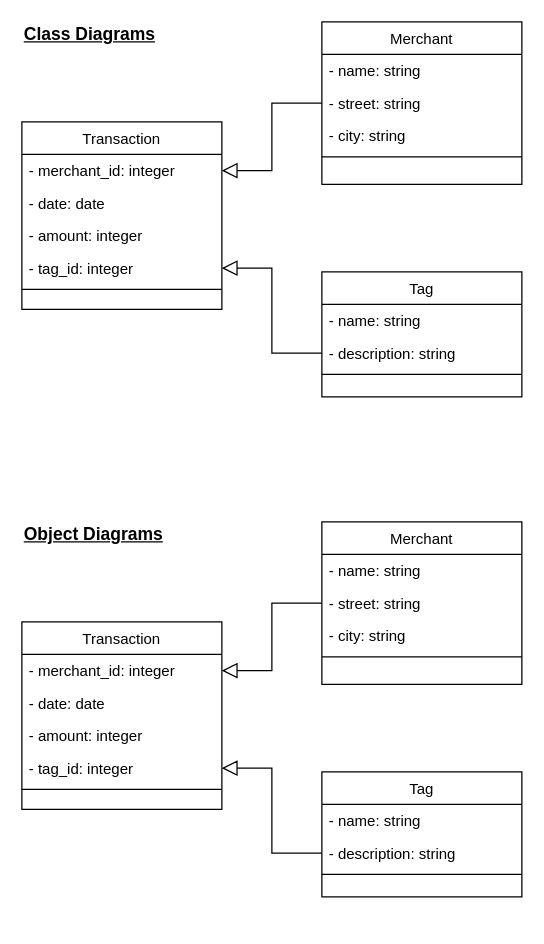
Strd79/pda_screenshots keeps this draw.io diagram as Untitled Diagram.drawio. Above is the earlier version. Source tidied: cells renumbered, new cells numbered last; positions are measured from the earlier drawing's top-left corner, leaving out a move shared by most shapes. Both pictures are drawn from the tidied source at 125%, with x=0, y=0 at pixel (21, 21).
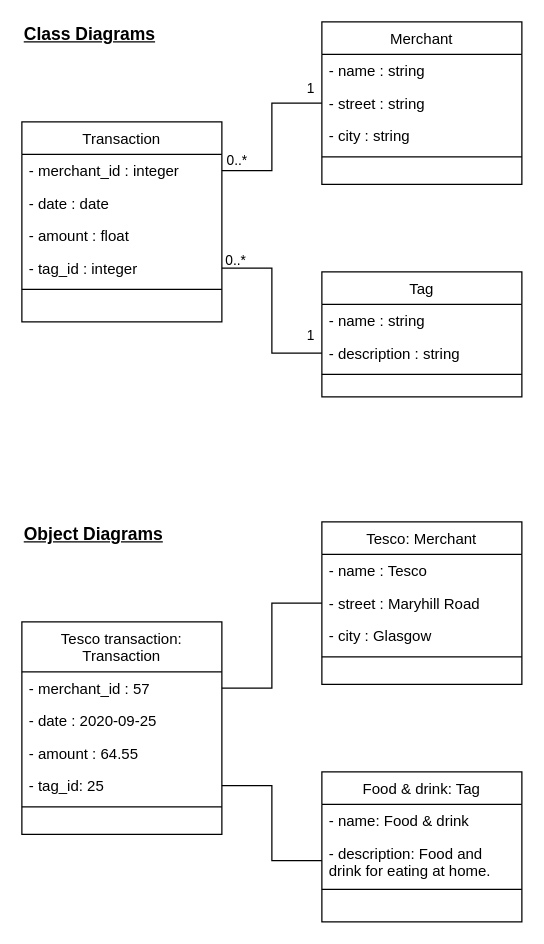
The same diagram, later.

Unchanged cells that the change refers to:
```xml
<mxCell id="4" value="Merchant" style="swimlane;fontStyle=0;align=center;verticalAlign=top;horizontal=1;startSize=26;rounded=0;shadow=0;strokeWidth=1;" parent="1" vertex="1">
  <mxGeometry x="240" width="160" height="130" as="geometry" />
</mxCell>
<mxCell id="9" value="Tag" style="swimlane;fontStyle=0;align=center;verticalAlign=top;horizontal=1;startSize=26;rounded=0;shadow=0;strokeWidth=1;" parent="1" vertex="1">
  <mxGeometry x="240" y="200" width="160" height="100" as="geometry" />
</mxCell>
```

What changed in the source:
```diff
@@
-    <mxCell id="2" style="endArrow=block;endSize=10;endFill=0;shadow=0;strokeWidth=1;rounded=0;edgeStyle=elbowEdgeStyle;entryX=1;entryY=0.5;entryDx=0;entryDy=0;exitX=0;exitY=0.5;exitDx=0;exitDy=0;" parent="1" edge="1" source="11" target="18">
+    <mxCell id="2" style="endArrow=none;endSize=10;endFill=0;shadow=0;strokeWidth=1;rounded=0;edgeStyle=elbowEdgeStyle;entryX=1;entryY=0.5;entryDx=0;entryDy=0;exitX=0;exitY=0.5;exitDx=0;exitDy=0;" parent="1" edge="1" source="11" target="18">
       <mxGeometry relative="1" as="geometry">
         <Array as="points">
           <mxPoint x="200" y="230" />
         </Array>
       </mxGeometry>
     </mxCell>
+    <mxCell id="38" value="1" style="edgeLabel;html=1;align=center;verticalAlign=middle;labelBackgroundColor=none;" parent="2" vertex="1">
+      <mxGeometry x="0.8" relative="1" as="geometry">
+        <mxPoint x="55" y="53" as="offset" />
+      </mxGeometry>
+    </mxCell>
+    <mxCell id="39" value="0..*" style="edgeLabel;html=1;align=center;verticalAlign=middle;labelBackgroundColor=none;" parent="2" vertex="1">
+      <mxGeometry x="0.82" relative="1" as="geometry">
+        <mxPoint x="-3" y="-7" as="offset" />
+      </mxGeometry>
+    </mxCell>
-    <mxCell id="3" style="endArrow=block;endSize=10;endFill=0;shadow=0;strokeWidth=1;rounded=0;edgeStyle=elbowEdgeStyle;entryX=1;entryY=0.5;entryDx=0;entryDy=0;exitX=0;exitY=0.5;exitDx=0;exitDy=0;" parent="1" edge="1" source="6" target="15">
+    <mxCell id="3" style="endArrow=none;endSize=10;endFill=0;shadow=0;strokeWidth=1;rounded=0;edgeStyle=elbowEdgeStyle;entryX=1;entryY=0.5;entryDx=0;entryDy=0;exitX=0;exitY=0.5;exitDx=0;exitDy=0;" parent="1" edge="1" source="6" target="15">
       <mxGeometry relative="1" as="geometry">
         <Array as="points">
           <mxPoint x="200" y="90" />
         </Array>
       </mxGeometry>
     </mxCell>
+    <mxCell id="40" value="1" style="edgeLabel;html=1;align=center;verticalAlign=middle;labelBackgroundColor=none;" parent="3" vertex="1">
+      <mxGeometry x="-0.83" relative="1" as="geometry">
+        <mxPoint x="1.3" y="-13" as="offset" />
+      </mxGeometry>
+    </mxCell>
+    <mxCell id="41" value="0..*" style="edgeLabel;html=1;align=center;verticalAlign=middle;labelBackgroundColor=none;" parent="3" vertex="1">
+      <mxGeometry x="0.84" y="-1" relative="1" as="geometry">
+        <mxPoint y="-8" as="offset" />
+      </mxGeometry>
+    </mxCell>
@@
-    <mxCell id="5" value="- name: string" style="text;align=left;verticalAlign=top;spacingLeft=4;spacingRight=4;overflow=hidden;" parent="4" vertex="1">
+    <mxCell id="5" value="- name : string" style="text;align=left;verticalAlign=top;spacingLeft=4;spacingRight=4;overflow=hidden;" parent="4" vertex="1">
       <mxGeometry y="26" width="160" height="26" as="geometry" />
     </mxCell>
-    <mxCell id="6" value="- street: string" style="text;align=left;verticalAlign=top;spacingLeft=4;spacingRight=4;overflow=hidden;points=[[0,0.5],[1,0.5]];portConstraint=eastwest;" parent="4" vertex="1">
+    <mxCell id="6" value="- street : string" style="text;align=left;verticalAlign=top;spacingLeft=4;spacingRight=4;overflow=hidden;points=[[0,0.5],[1,0.5]];portConstraint=eastwest;" parent="4" vertex="1">
       <mxGeometry y="52" width="160" height="26" as="geometry" />
     </mxCell>
-    <mxCell id="7" value="- city: string" style="text;align=left;verticalAlign=top;spacingLeft=4;spacingRight=4;overflow=hidden;" parent="4" vertex="1">
+    <mxCell id="7" value="- city : string" style="text;align=left;verticalAlign=top;spacingLeft=4;spacingRight=4;overflow=hidden;" parent="4" vertex="1">
       <mxGeometry y="78" width="160" height="26" as="geometry" />
     </mxCell>
@@
-    <mxCell id="10" value="- name: string" style="text;align=left;verticalAlign=top;spacingLeft=4;spacingRight=4;overflow=hidden;" parent="9" vertex="1">
+    <mxCell id="10" value="- name : string" style="text;align=left;verticalAlign=top;spacingLeft=4;spacingRight=4;overflow=hidden;" parent="9" vertex="1">
       <mxGeometry y="26" width="160" height="26" as="geometry" />
     </mxCell>
-    <mxCell id="11" value="- description: string" style="text;align=left;verticalAlign=top;spacingLeft=4;spacingRight=4;overflow=hidden;points=[[0,0.5],[1,0.5]];portConstraint=eastwest;" parent="9" vertex="1">
+    <mxCell id="11" value="- description : string" style="text;align=left;verticalAlign=top;spacingLeft=4;spacingRight=4;overflow=hidden;points=[[0,0.5],[1,0.5]];portConstraint=eastwest;" parent="9" vertex="1">
       <mxGeometry y="52" width="160" height="26" as="geometry" />
     </mxCell>
@@
     <mxCell id="14" value="Transaction" style="swimlane;fontStyle=0;align=center;verticalAlign=top;horizontal=1;startSize=26;rounded=0;shadow=0;strokeWidth=1;" parent="1" vertex="1">
-      <mxGeometry y="80" width="160" height="150" as="geometry" />
+      <mxGeometry y="80" width="160" height="160" as="geometry" />
     </mxCell>
-    <mxCell id="15" value="- merchant_id: integer" style="text;align=left;verticalAlign=top;spacingLeft=4;spacingRight=4;overflow=hidden;points=[[0,0.5],[1,0.5]];portConstraint=eastwest;" parent="14" vertex="1">
+    <mxCell id="15" value="- merchant_id : integer" style="text;align=left;verticalAlign=top;spacingLeft=4;spacingRight=4;overflow=hidden;points=[[0,0.5],[1,0.5]];portConstraint=eastwest;" parent="14" vertex="1">
       <mxGeometry y="26" width="160" height="26" as="geometry" />
     </mxCell>
-    <mxCell id="16" value="- date: date " style="text;align=left;verticalAlign=top;spacingLeft=4;spacingRight=4;overflow=hidden;rounded=0;shadow=0;html=0;" parent="14" vertex="1">
+    <mxCell id="16" value="- date : date " style="text;align=left;verticalAlign=top;spacingLeft=4;spacingRight=4;overflow=hidden;rounded=0;shadow=0;html=0;" parent="14" vertex="1">
       <mxGeometry y="52" width="160" height="26" as="geometry" />
     </mxCell>
-    <mxCell id="17" value="- amount: integer" style="text;align=left;verticalAlign=top;spacingLeft=4;spacingRight=4;overflow=hidden;rounded=0;shadow=0;html=0;" parent="14" vertex="1">
+    <mxCell id="17" value="- amount : float" style="text;align=left;verticalAlign=top;spacingLeft=4;spacingRight=4;overflow=hidden;rounded=0;shadow=0;html=0;" parent="14" vertex="1">
       <mxGeometry y="78" width="160" height="26" as="geometry" />
     </mxCell>
-    <mxCell id="18" value="- tag_id: integer" style="text;align=left;verticalAlign=top;spacingLeft=4;spacingRight=4;overflow=hidden;points=[[0,0.5],[1,0.5]];portConstraint=eastwest;rounded=0;shadow=0;html=0;" parent="14" vertex="1">
+    <mxCell id="18" value="- tag_id : integer" style="text;align=left;verticalAlign=top;spacingLeft=4;spacingRight=4;overflow=hidden;points=[[0,0.5],[1,0.5]];portConstraint=eastwest;rounded=0;shadow=0;html=0;" parent="14" vertex="1">
       <mxGeometry y="104" width="160" height="26" as="geometry" />
     </mxCell>
@@
-    <mxCell id="20" style="endArrow=block;endSize=10;endFill=0;shadow=0;strokeWidth=1;rounded=0;edgeStyle=elbowEdgeStyle;entryX=1;entryY=0.5;entryDx=0;entryDy=0;exitX=0;exitY=0.5;exitDx=0;exitDy=0;" parent="1" edge="1" source="30" target="36">
+    <mxCell id="20" style="endArrow=none;endSize=10;endFill=0;shadow=0;strokeWidth=1;rounded=0;edgeStyle=elbowEdgeStyle;entryX=1;entryY=0.5;entryDx=0;entryDy=0;exitX=0;exitY=0.5;exitDx=0;exitDy=0;" parent="1" edge="1" source="30" target="36">
       <mxGeometry relative="1" as="geometry">
         <Array as="points">
           <mxPoint x="200" y="630" />
         </Array>
       </mxGeometry>
     </mxCell>
-    <mxCell id="21" style="endArrow=block;endSize=10;endFill=0;shadow=0;strokeWidth=1;rounded=0;edgeStyle=elbowEdgeStyle;entryX=1;entryY=0.5;entryDx=0;entryDy=0;exitX=0;exitY=0.5;exitDx=0;exitDy=0;" parent="1" edge="1" source="25" target="33">
+    <mxCell id="21" style="endArrow=none;endSize=10;endFill=0;shadow=0;strokeWidth=1;rounded=0;edgeStyle=elbowEdgeStyle;entryX=1;entryY=0.5;entryDx=0;entryDy=0;exitX=0;exitY=0.5;exitDx=0;exitDy=0;" parent="1" edge="1" source="25" target="33">
       <mxGeometry relative="1" as="geometry">
         <Array as="points">
           <mxPoint x="200" y="490" />
         </Array>
       </mxGeometry>
     </mxCell>
@@
-    <mxCell id="23" value="Merchant" style="swimlane;fontStyle=0;align=center;verticalAlign=top;horizontal=1;startSize=26;rounded=0;shadow=0;strokeWidth=1;" parent="1" vertex="1">
+    <mxCell id="23" value="Tesco: Merchant" style="swimlane;fontStyle=0;align=center;verticalAlign=top;horizontal=1;startSize=26;rounded=0;shadow=0;strokeWidth=1;" parent="1" vertex="1">
       <mxGeometry x="240" y="400" width="160" height="130" as="geometry" />
     </mxCell>
-    <mxCell id="24" value="- name: string" style="text;align=left;verticalAlign=top;spacingLeft=4;spacingRight=4;overflow=hidden;" parent="23" vertex="1">
+    <mxCell id="24" value="- name : Tesco" style="text;align=left;verticalAlign=top;spacingLeft=4;spacingRight=4;overflow=hidden;" parent="23" vertex="1">
       <mxGeometry y="26" width="160" height="26" as="geometry" />
     </mxCell>
-    <mxCell id="25" value="- street: string" style="text;align=left;verticalAlign=top;spacingLeft=4;spacingRight=4;overflow=hidden;points=[[0,0.5],[1,0.5]];portConstraint=eastwest;" parent="23" vertex="1">
+    <mxCell id="25" value="- street : Maryhill Road" style="text;align=left;verticalAlign=top;spacingLeft=4;spacingRight=4;overflow=hidden;points=[[0,0.5],[1,0.5]];portConstraint=eastwest;" parent="23" vertex="1">
       <mxGeometry y="52" width="160" height="26" as="geometry" />
     </mxCell>
-    <mxCell id="26" value="- city: string" style="text;align=left;verticalAlign=top;spacingLeft=4;spacingRight=4;overflow=hidden;" parent="23" vertex="1">
+    <mxCell id="26" value="- city : Glasgow" style="text;align=left;verticalAlign=top;spacingLeft=4;spacingRight=4;overflow=hidden;" parent="23" vertex="1">
       <mxGeometry y="78" width="160" height="26" as="geometry" />
     </mxCell>
@@
-    <mxCell id="28" value="Tag" style="swimlane;fontStyle=0;align=center;verticalAlign=top;horizontal=1;startSize=26;rounded=0;shadow=0;strokeWidth=1;" parent="1" vertex="1">
-      <mxGeometry x="240" y="600" width="160" height="100" as="geometry" />
+    <mxCell id="28" value="Food &amp; drink: Tag" style="swimlane;fontStyle=0;align=center;verticalAlign=top;horizontal=1;startSize=26;rounded=0;shadow=0;strokeWidth=1;" parent="1" vertex="1">
+      <mxGeometry x="240" y="600" width="160" height="120" as="geometry" />
     </mxCell>
-    <mxCell id="29" value="- name: string" style="text;align=left;verticalAlign=top;spacingLeft=4;spacingRight=4;overflow=hidden;" parent="28" vertex="1">
+    <mxCell id="29" value="- name: Food &amp; drink" style="text;align=left;verticalAlign=top;spacingLeft=4;spacingRight=4;overflow=hidden;" parent="28" vertex="1">
       <mxGeometry y="26" width="160" height="26" as="geometry" />
     </mxCell>
-    <mxCell id="30" value="- description: string" style="text;align=left;verticalAlign=top;spacingLeft=4;spacingRight=4;overflow=hidden;points=[[0,0.5],[1,0.5]];portConstraint=eastwest;" parent="28" vertex="1">
-      <mxGeometry y="52" width="160" height="26" as="geometry" />
+    <mxCell id="30" value="- description: Food and drink for eating at home." style="text;align=left;verticalAlign=top;spacingLeft=4;spacingRight=4;overflow=hidden;points=[[0,0.5],[1,0.5]];portConstraint=eastwest;whiteSpace=wrap;" parent="28" vertex="1">
+      <mxGeometry y="52" width="160" height="38" as="geometry" />
     </mxCell>
     <mxCell id="31" style="line;html=1;strokeWidth=1;align=left;verticalAlign=middle;spacingTop=-1;spacingLeft=3;spacingRight=3;labelPosition=right;" parent="28" vertex="1">
-      <mxGeometry y="78" width="160" height="8" as="geometry" />
+      <mxGeometry y="90" width="160" height="8" as="geometry" />
     </mxCell>
-    <mxCell id="32" value="Transaction" style="swimlane;fontStyle=0;align=center;verticalAlign=top;horizontal=1;startSize=26;rounded=0;shadow=0;strokeWidth=1;" parent="1" vertex="1">
-      <mxGeometry y="480" width="160" height="150" as="geometry" />
+    <mxCell id="32" value="Tesco transaction: Transaction" style="swimlane;fontStyle=0;align=center;verticalAlign=top;horizontal=1;startSize=40;rounded=0;shadow=0;strokeWidth=1;whiteSpace=wrap;" parent="1" vertex="1">
+      <mxGeometry y="480" width="160" height="170" as="geometry" />
     </mxCell>
-    <mxCell id="33" value="- merchant_id: integer" style="text;align=left;verticalAlign=top;spacingLeft=4;spacingRight=4;overflow=hidden;points=[[0,0.5],[1,0.5]];portConstraint=eastwest;" parent="32" vertex="1">
-      <mxGeometry y="26" width="160" height="26" as="geometry" />
+    <mxCell id="33" value="- merchant_id : 57" style="text;align=left;verticalAlign=top;spacingLeft=4;spacingRight=4;overflow=hidden;points=[[0,0.5],[1,0.5]];portConstraint=eastwest;" parent="32" vertex="1">
+      <mxGeometry y="40" width="160" height="26" as="geometry" />
     </mxCell>
-    <mxCell id="34" value="- date: date " style="text;align=left;verticalAlign=top;spacingLeft=4;spacingRight=4;overflow=hidden;rounded=0;shadow=0;html=0;" parent="32" vertex="1">
-      <mxGeometry y="52" width="160" height="26" as="geometry" />
+    <mxCell id="34" value="- date : 2020-09-25 " style="text;align=left;verticalAlign=top;spacingLeft=4;spacingRight=4;overflow=hidden;rounded=0;shadow=0;html=0;" parent="32" vertex="1">
+      <mxGeometry y="66" width="160" height="26" as="geometry" />
     </mxCell>
-    <mxCell id="35" value="- amount: integer" style="text;align=left;verticalAlign=top;spacingLeft=4;spacingRight=4;overflow=hidden;rounded=0;shadow=0;html=0;" parent="32" vertex="1">
-      <mxGeometry y="78" width="160" height="26" as="geometry" />
+    <mxCell id="35" value="- amount : 64.55" style="text;align=left;verticalAlign=top;spacingLeft=4;spacingRight=4;overflow=hidden;rounded=0;shadow=0;html=0;" parent="32" vertex="1">
+      <mxGeometry y="92" width="160" height="26" as="geometry" />
     </mxCell>
-    <mxCell id="36" value="- tag_id: integer" style="text;align=left;verticalAlign=top;spacingLeft=4;spacingRight=4;overflow=hidden;points=[[0,0.5],[1,0.5]];portConstraint=eastwest;rounded=0;shadow=0;html=0;" parent="32" vertex="1">
-      <mxGeometry y="104" width="160" height="26" as="geometry" />
+    <mxCell id="36" value="- tag_id: 25" style="text;align=left;verticalAlign=top;spacingLeft=4;spacingRight=4;overflow=hidden;points=[[0,0.5],[1,0.5]];portConstraint=eastwest;rounded=0;shadow=0;html=0;" parent="32" vertex="1">
+      <mxGeometry y="118" width="160" height="26" as="geometry" />
     </mxCell>
     <mxCell id="37" style="line;html=1;strokeWidth=1;align=left;verticalAlign=middle;spacingTop=-1;spacingLeft=3;spacingRight=3;labelPosition=right;" parent="32" vertex="1">
-      <mxGeometry y="130" width="160" height="8" as="geometry" />
+      <mxGeometry y="144" width="160" height="8" as="geometry" />
     </mxCell>
```
